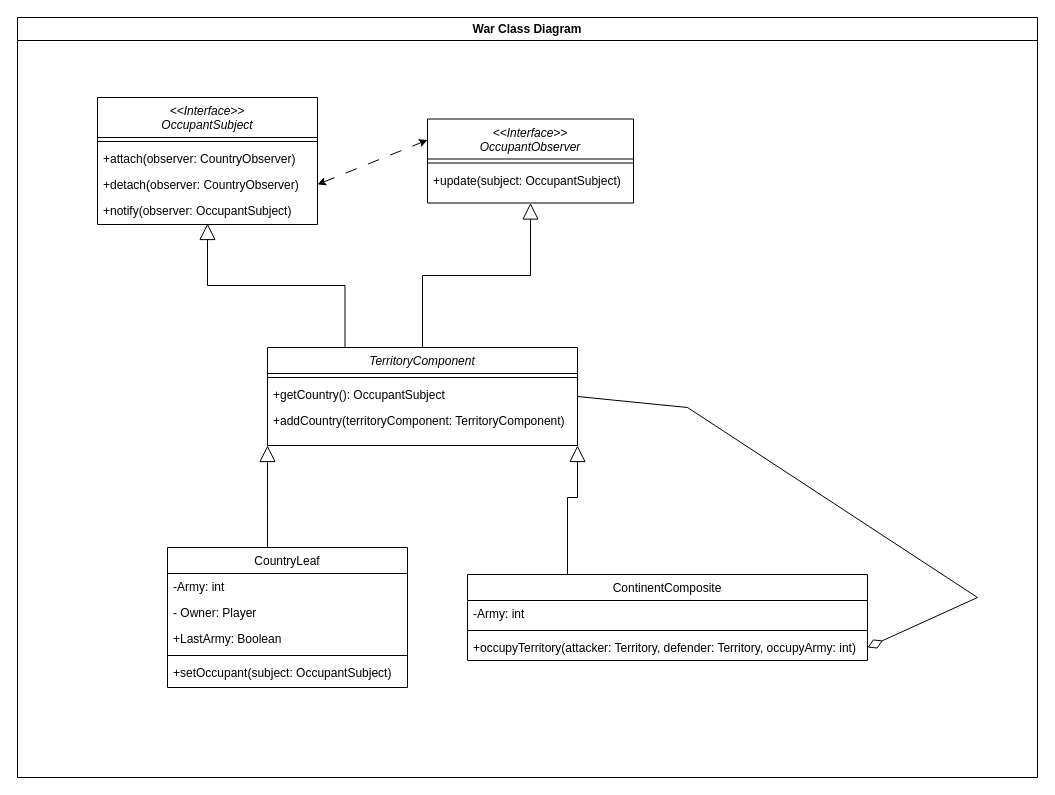
arqowl/War_ClassDiagram keeps this draw.io diagram as DiagramaReallocation.drawio. Above is the earlier version. Source tidied: cells renumbered, new cells numbered last; positions are measured from the earlier drawing's top-left corner, leaving out a move shared by most shapes. Both pictures are drawn from the tidied source at 100%, with x=0, y=0 at pixel (17, 17).
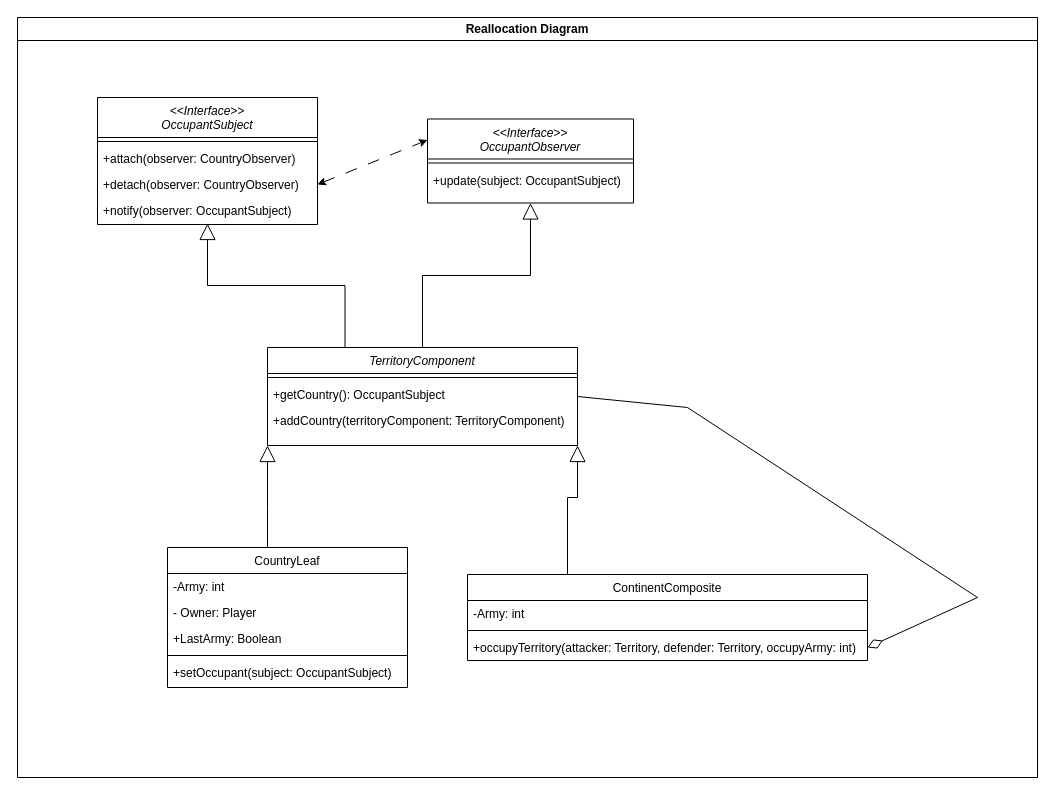
After the change.

Diff of the diagram source:
```diff
@@
-    <mxCell id="29" value="War Class Diagram" style="swimlane;whiteSpace=wrap;html=1;" parent="1" vertex="1">
+    <mxCell id="29" value="Reallocation Diagram" style="swimlane;whiteSpace=wrap;html=1;" parent="1" vertex="1">
       <mxGeometry width="1020" height="760" as="geometry" />
     </mxCell>
```
